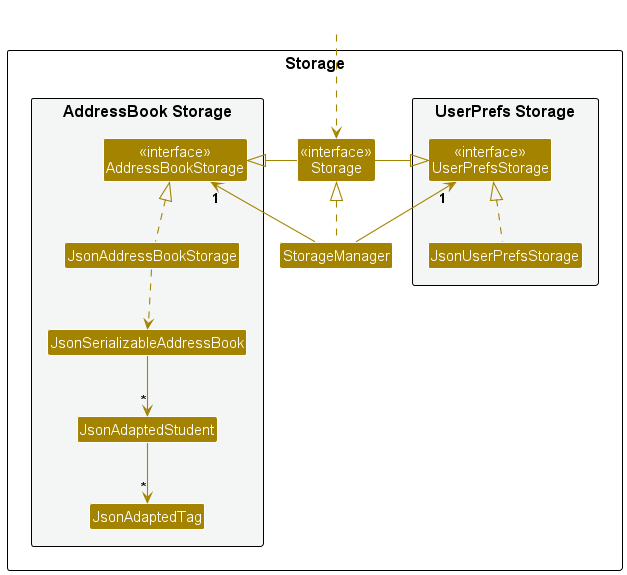
Above: docs/images/StorageClassDiagram.png in c-wenlong/tp (PlantUML), before the change.
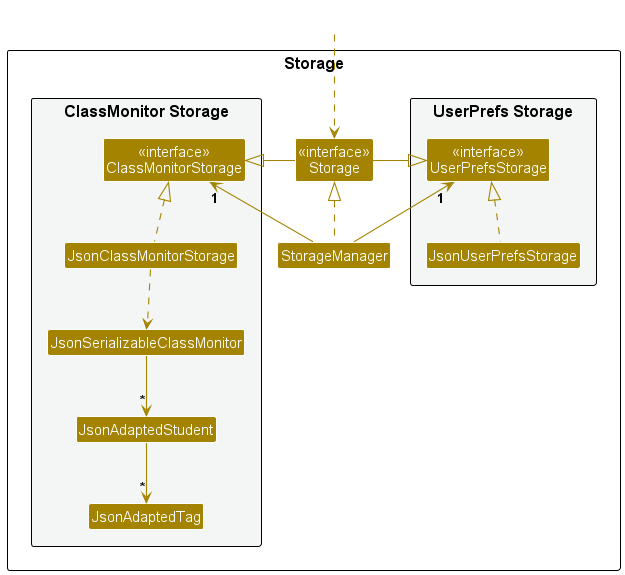
The same diagram one commit later.

Change to the diagram source:
```diff
@@ -14,10 +14,10 @@
 Class "<<interface>>\nStorage" as Storage
 Class StorageManager
 
-package "AddressBook Storage" #F4F6F6{
-Class "<<interface>>\nAddressBookStorage" as AddressBookStorage
-Class JsonAddressBookStorage
-Class JsonSerializableAddressBook
+package "ClassMonitor Storage" #F4F6F6{
+Class "<<interface>>\nClassMonitorStorage" as ClassMonitorStorage
+Class JsonClassMonitorStorage
+Class JsonSerializableClassMonitor
 Class JsonAdaptedStudent
 Class JsonAdaptedTag
 }
@@ -29,15 +29,15 @@
 
 StorageManager .up.|> Storage
 StorageManager -up-> "1" UserPrefsStorage
-StorageManager -up-> "1" AddressBookStorage
+StorageManager -up-> "1" ClassMonitorStorage
 
 Storage -left-|> UserPrefsStorage
-Storage -right-|> AddressBookStorage
+Storage -right-|> ClassMonitorStorage
 
 JsonUserPrefsStorage .up.|> UserPrefsStorage
-JsonAddressBookStorage .up.|> AddressBookStorage
-JsonAddressBookStorage ..> JsonSerializableAddressBook
-JsonSerializableAddressBook --> "*" JsonAdaptedStudent
+JsonClassMonitorStorage .up.|> ClassMonitorStorage
+JsonClassMonitorStorage ..> JsonSerializableClassMonitor
+JsonSerializableClassMonitor --> "*" JsonAdaptedStudent
 JsonAdaptedStudent --> "*" JsonAdaptedTag
 
 @enduml
```
